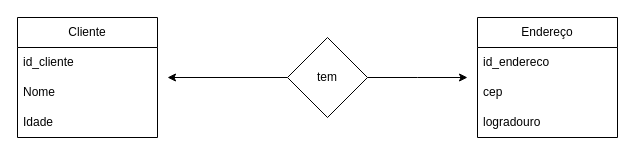
The draw.io diagram modelo_conceitual.drawio in Heder-Silva-Oliveira/Modelagem_de_dados, before the edit. Source tidied: cells renumbered, new cells numbered last; positions are measured from the earlier drawing's top-left corner, leaving out a move shared by most shapes. Both pictures are drawn from the tidied source at 100%, with x=0, y=0 at pixel (17, 17).
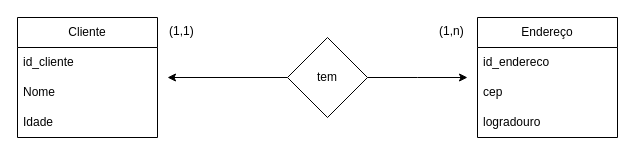
After the change.

Diff of the diagram source:
```diff
@@
 <mxGraphModel>
   <root>
     <mxCell id="0" />
     <mxCell id="1" parent="0" />
     <mxCell id="2" value="Cliente" style="swimlane;fontStyle=0;horizontal=1;startSize=30;whiteSpace=wrap;html=1;" parent="1" vertex="1">
       <mxGeometry width="140" height="120" as="geometry" />
     </mxCell>
     <mxCell id="3" value="id_cliente" style="text;strokeColor=none;fillColor=none;align=left;verticalAlign=middle;spacingLeft=4;spacingRight=4;overflow=hidden;whiteSpace=wrap;html=1;" parent="2" vertex="1">
       <mxGeometry y="30" width="140" height="30" as="geometry" />
     </mxCell>
     <mxCell id="4" value="Nome" style="text;strokeColor=none;fillColor=none;align=left;verticalAlign=middle;spacingLeft=4;spacingRight=4;overflow=hidden;whiteSpace=wrap;html=1;" parent="2" vertex="1">
       <mxGeometry y="60" width="140" height="30" as="geometry" />
     </mxCell>
     <mxCell id="5" value="Idade" style="text;strokeColor=none;fillColor=none;align=left;verticalAlign=middle;spacingLeft=4;spacingRight=4;overflow=hidden;whiteSpace=wrap;html=1;" parent="2" vertex="1">
       <mxGeometry y="90" width="140" height="30" as="geometry" />
     </mxCell>
     <mxCell id="6" value="Endereço" style="swimlane;fontStyle=0;horizontal=1;startSize=30;whiteSpace=wrap;html=1;" parent="1" vertex="1">
       <mxGeometry x="460" width="140" height="120" as="geometry" />
     </mxCell>
     <mxCell id="7" value="id_endereco" style="text;strokeColor=none;fillColor=none;align=left;verticalAlign=middle;spacingLeft=4;spacingRight=4;overflow=hidden;whiteSpace=wrap;html=1;" parent="6" vertex="1">
       <mxGeometry y="30" width="140" height="30" as="geometry" />
     </mxCell>
     <mxCell id="8" value="cep" style="text;strokeColor=none;fillColor=none;align=left;verticalAlign=middle;spacingLeft=4;spacingRight=4;overflow=hidden;whiteSpace=wrap;html=1;" parent="6" vertex="1">
       <mxGeometry y="60" width="140" height="30" as="geometry" />
     </mxCell>
     <mxCell id="9" value="logradouro" style="text;strokeColor=none;fillColor=none;align=left;verticalAlign=middle;spacingLeft=4;spacingRight=4;overflow=hidden;whiteSpace=wrap;html=1;" parent="6" vertex="1">
       <mxGeometry y="90" width="140" height="30" as="geometry" />
     </mxCell>
     <mxCell id="10" style="edgeStyle=orthogonalEdgeStyle;rounded=0;jettySize=auto;html=1;" parent="1" edge="1" source="12">
       <mxGeometry relative="1" as="geometry">
         <mxPoint x="150" y="60" as="targetPoint" />
       </mxGeometry>
     </mxCell>
     <mxCell id="11" style="edgeStyle=orthogonalEdgeStyle;rounded=0;jettySize=auto;html=1;exitX=1;exitY=0.5;exitDx=0;exitDy=0;" parent="1" edge="1" source="12">
       <mxGeometry relative="1" as="geometry">
         <mxPoint x="450" y="60" as="targetPoint" />
       </mxGeometry>
     </mxCell>
     <mxCell id="12" value="tem" style="rhombus;whiteSpace=wrap;html=1;" parent="1" vertex="1">
       <mxGeometry x="270" y="20" width="80" height="80" as="geometry" />
     </mxCell>
+    <mxCell id="13" value="(1,1)" style="text;strokeColor=none;fillColor=none;spacingLeft=4;spacingRight=4;overflow=hidden;fontSize=12;whiteSpace=wrap;html=1;" parent="1" vertex="1">
+      <mxGeometry x="146" width="40" height="30" as="geometry" />
+    </mxCell>
+    <mxCell id="14" value="(1,n)" style="text;strokeColor=none;fillColor=none;spacingLeft=4;spacingRight=4;overflow=hidden;fontSize=12;whiteSpace=wrap;html=1;" parent="1" vertex="1">
+      <mxGeometry x="416" width="40" height="30" as="geometry" />
+    </mxCell>
   </root>
 </mxGraphModel>
```
